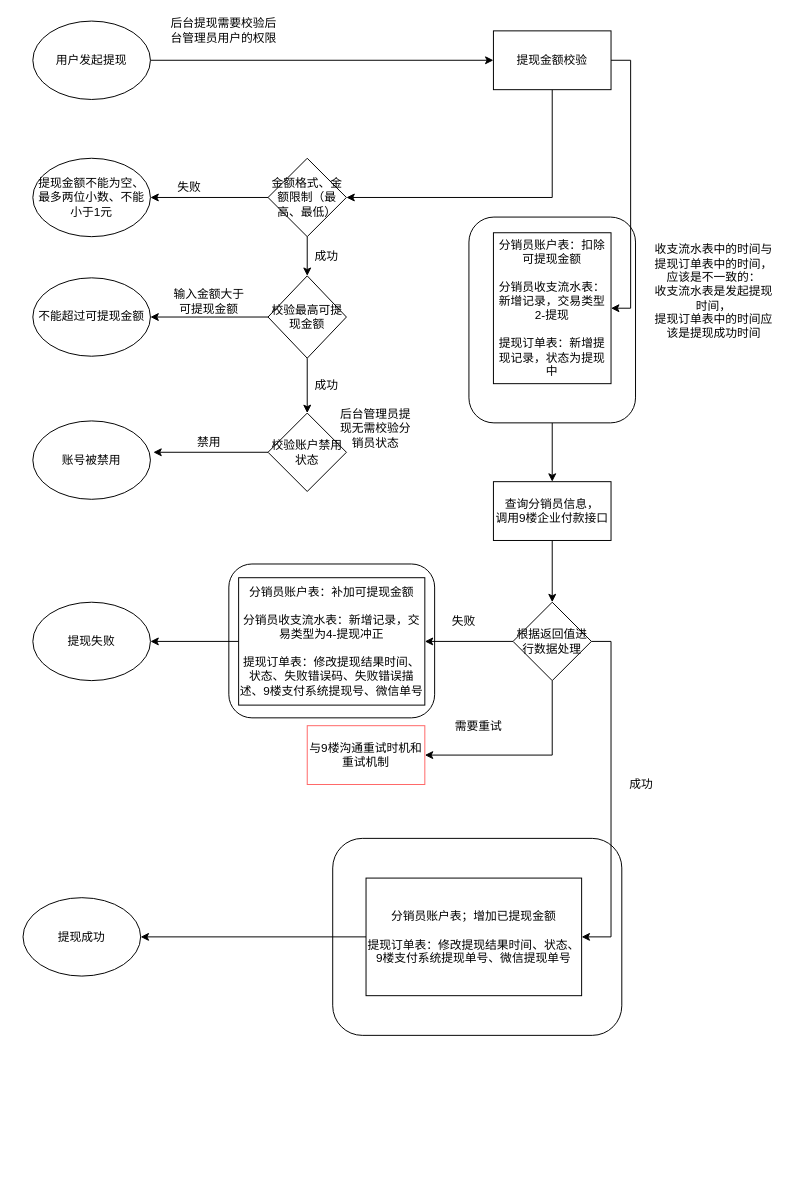
dingchengyungit/drawio keeps this draw.io diagram as 杨妈二期分销员模块-提现流程图.drawio. Above is the earlier version. Source tidied: cells renumbered, new cells numbered last; positions are measured from the earlier drawing's top-left corner, leaving out a move shared by most shapes. Both pictures are drawn from the tidied source at 98%, with x=0, y=0 at pixel (23, 21).
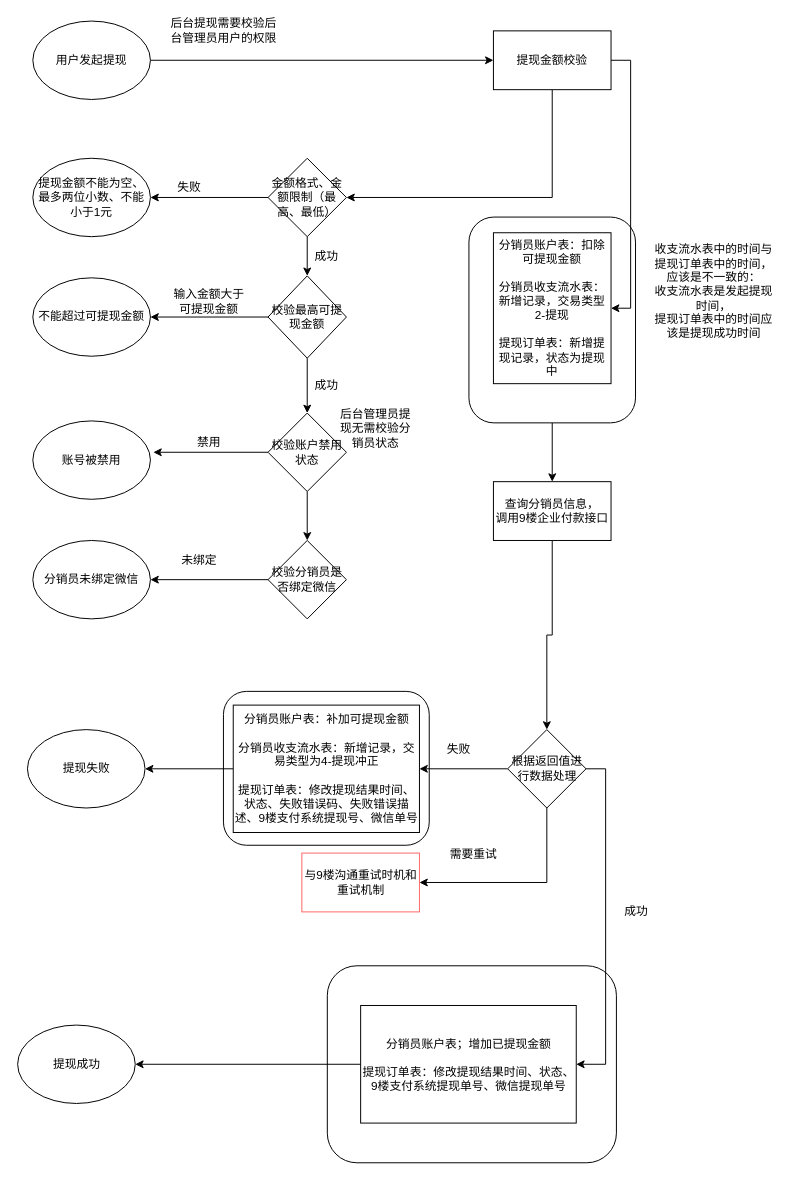
After the change.

Commit message:
更新杨妈二期分销员模块-提现流程图.drawio

The change refers to these unchanged cells:
```xml
<mxCell id="16" value="校验账户禁用状态" style="rhombus;whiteSpace=wrap;html=1;" parent="1" vertex="1">
  <mxGeometry x="250" y="400" width="80" height="80" as="geometry" />
</mxCell>
<mxCell id="29" value="查询分销员信息，&lt;br&gt;调用9楼企业付款接口" style="rounded=0;whiteSpace=wrap;html=1;" parent="1" vertex="1">
  <mxGeometry x="480" y="470" width="120" height="60" as="geometry" />
</mxCell>
```

Diff of the diagram source:
```diff
@@
     <mxCell id="2" style="rounded=1;whiteSpace=wrap;html=1;" parent="1" vertex="1">
-      <mxGeometry x="316" y="834" width="295" height="201" as="geometry" />
+      <mxGeometry x="310.5" y="964" width="295" height="201" as="geometry" />
     </mxCell>
     <mxCell id="3" style="rounded=1;whiteSpace=wrap;html=1;" parent="1" vertex="1">
-      <mxGeometry x="210" y="554" width="210" height="157" as="geometry" />
+      <mxGeometry x="204.5" y="684" width="210" height="157" as="geometry" />
     </mxCell>
@@
+    <mxCell id="47" style="edgeStyle=orthogonalEdgeStyle;rounded=0;jettySize=auto;html=1;entryX=0.5;entryY=0;entryDx=0;entryDy=0;" parent="1" edge="1" source="16" target="49">
+      <mxGeometry relative="1" as="geometry" />
+    </mxCell>
@@
-    <mxCell id="28" style="edgeStyle=orthogonalEdgeStyle;rounded=0;jettySize=auto;html=1;" parent="1" edge="1" source="29" target="33">
+    <mxCell id="28" style="edgeStyle=orthogonalEdgeStyle;rounded=0;jettySize=auto;html=1;exitX=0.5;exitY=1;exitDx=0;exitDy=0;" parent="1" edge="1" source="29" target="33">
       <mxGeometry relative="1" as="geometry" />
     </mxCell>
@@
     <mxCell id="33" value="根据返回值进行数据处理" style="rhombus;whiteSpace=wrap;html=1;" parent="1" vertex="1">
-      <mxGeometry x="500" y="593" width="80" height="80" as="geometry" />
+      <mxGeometry x="494.5" y="723" width="80" height="80" as="geometry" />
     </mxCell>
@@
     <mxCell id="35" value="分销员账户表：补加可提现金额&lt;br&gt;&lt;br&gt;分销员收支流水表：新增记录，交易类型为4-提现冲正&lt;br&gt;&lt;br&gt;提现订单表：修改提现结果时间、状态、失败错误码、失败错误描述、9楼支付系统提现号、微信单号" style="rounded=0;whiteSpace=wrap;html=1;" parent="1" vertex="1">
-      <mxGeometry x="220" y="568" width="190" height="130" as="geometry" />
+      <mxGeometry x="214.5" y="698" width="190" height="130" as="geometry" />
     </mxCell>
     <mxCell id="36" value="失败" style="text;html=1;strokeColor=none;fillColor=none;align=center;verticalAlign=middle;whiteSpace=wrap;rounded=0;" parent="1" vertex="1">
-      <mxGeometry x="430" y="603" width="40" height="20" as="geometry" />
+      <mxGeometry x="424.5" y="733" width="40" height="20" as="geometry" />
     </mxCell>
@@
     <mxCell id="38" value="分销员账户表；增加已提现金额&lt;br&gt;&lt;br&gt;提现订单表：修改提现结果时间、状态、9楼支付系统提现单号、微信提现单号" style="rounded=0;whiteSpace=wrap;html=1;" parent="1" vertex="1">
-      <mxGeometry x="350" y="874.5" width="220" height="120" as="geometry" />
+      <mxGeometry x="344.5" y="1004.5" width="220" height="120" as="geometry" />
     </mxCell>
     <mxCell id="39" value="与9楼沟通重试时机和重试机制" style="rounded=0;whiteSpace=wrap;html=1;strokeColor=#FF6666;" parent="1" vertex="1">
-      <mxGeometry x="290" y="719" width="120" height="60" as="geometry" />
+      <mxGeometry x="284.5" y="849" width="120" height="60" as="geometry" />
     </mxCell>
     <mxCell id="40" value="需要重试" style="text;html=1;strokeColor=none;fillColor=none;align=center;verticalAlign=middle;whiteSpace=wrap;rounded=0;" parent="1" vertex="1">
-      <mxGeometry x="440" y="710" width="50" height="20" as="geometry" />
+      <mxGeometry x="434.5" y="840" width="50" height="20" as="geometry" />
     </mxCell>
     <mxCell id="41" value="成功" style="text;html=1;strokeColor=none;fillColor=none;align=center;verticalAlign=middle;whiteSpace=wrap;rounded=0;" parent="1" vertex="1">
-      <mxGeometry x="611" y="769" width="40" height="20" as="geometry" />
+      <mxGeometry x="605.5" y="899" width="40" height="20" as="geometry" />
     </mxCell>
     <mxCell id="42" value="提现成功" style="ellipse;whiteSpace=wrap;html=1;strokeColor=#000000;" parent="1" vertex="1">
-      <mxGeometry y="894.5" width="120" height="80" as="geometry" />
+      <mxGeometry x="-5.5" y="1024.5" width="120" height="80" as="geometry" />
     </mxCell>
     <mxCell id="43" value="提现失败" style="ellipse;whiteSpace=wrap;html=1;strokeColor=#000000;" parent="1" vertex="1">
-      <mxGeometry x="10" y="593" width="120" height="80" as="geometry" />
+      <mxGeometry x="4.5" y="723" width="120" height="80" as="geometry" />
     </mxCell>
@@
+    <mxCell id="48" style="edgeStyle=orthogonalEdgeStyle;rounded=0;jettySize=auto;html=1;" parent="1" edge="1" source="49" target="50">
+      <mxGeometry relative="1" as="geometry" />
+    </mxCell>
+    <mxCell id="49" value="校验分销员是否绑定微信" style="rhombus;whiteSpace=wrap;html=1;" parent="1" vertex="1">
+      <mxGeometry x="250" y="530" width="80" height="80" as="geometry" />
+    </mxCell>
+    <mxCell id="50" value="分销员未绑定微信" style="ellipse;whiteSpace=wrap;html=1;" parent="1" vertex="1">
+      <mxGeometry x="10" y="530" width="120" height="80" as="geometry" />
+    </mxCell>
+    <mxCell id="51" value="未绑定" style="text;html=1;strokeColor=none;fillColor=none;align=center;verticalAlign=middle;whiteSpace=wrap;rounded=0;" parent="1" vertex="1">
+      <mxGeometry x="160" y="540" width="40" height="20" as="geometry" />
+    </mxCell>
```
